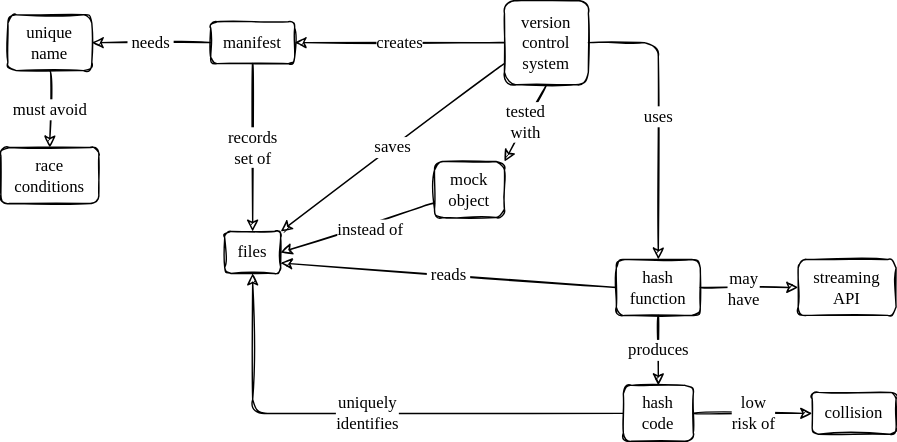
The draw.io diagram sdxpy/backup/backup_concept_map.svg in gvwilson/thirdbit, before a commit. Source tidied: cells renumbered, new cells last; positions are measured from the earlier drawing's top-left corner, leaving out a move shared by most shapes.
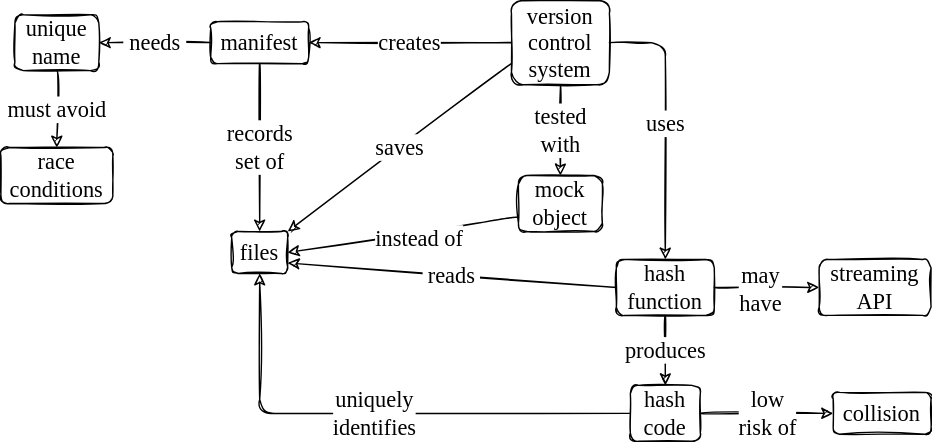
The same diagram one commit later.

Change to the diagram source:
```diff
@@ -2,89 +2,89 @@
   <root>
     <mxCell id="0" />
     <mxCell id="1" parent="0" />
-    <mxCell id="2" value="version&lt;br&gt;control&lt;br&gt;system" style="text;html=1;strokeColor=default;fillColor=none;align=center;verticalAlign=middle;whiteSpace=wrap;rounded=1;sketch=1;hachureGap=4;fontFamily=Comic Sans MS;fontSize=12;" parent="1" vertex="1">
-      <mxGeometry x="360" width="60" height="60" as="geometry" />
+    <mxCell id="2" value="version&lt;br style=&quot;font-size: 16px;&quot;&gt;control&lt;br style=&quot;font-size: 16px;&quot;&gt;system" style="text;html=1;strokeColor=default;fillColor=none;align=center;verticalAlign=middle;whiteSpace=wrap;rounded=1;sketch=1;hachureGap=4;fontFamily=Comic Sans MS;fontSize=16;" parent="1" vertex="1">
+      <mxGeometry x="360" width="70" height="60" as="geometry" />
     </mxCell>
-    <mxCell id="3" value="hash&lt;br&gt;function" style="text;html=1;strokeColor=default;fillColor=none;align=center;verticalAlign=middle;whiteSpace=wrap;rounded=1;sketch=1;hachureGap=4;fontFamily=Comic Sans MS;fontSize=12;" parent="1" vertex="1">
-      <mxGeometry x="440" y="185" width="60" height="40" as="geometry" />
+    <mxCell id="3" value="hash&lt;br style=&quot;font-size: 16px;&quot;&gt;function" style="text;html=1;strokeColor=default;fillColor=none;align=center;verticalAlign=middle;whiteSpace=wrap;rounded=1;sketch=1;hachureGap=4;fontFamily=Comic Sans MS;fontSize=16;" parent="1" vertex="1">
+      <mxGeometry x="435" y="185" width="70" height="40" as="geometry" />
     </mxCell>
-    <mxCell id="4" value="files" style="text;html=1;strokeColor=default;fillColor=none;align=center;verticalAlign=middle;whiteSpace=wrap;rounded=1;sketch=1;hachureGap=4;fontFamily=Comic Sans MS;fontSize=12;" parent="1" vertex="1">
+    <mxCell id="4" value="files" style="text;html=1;strokeColor=default;fillColor=none;align=center;verticalAlign=middle;whiteSpace=wrap;rounded=1;sketch=1;hachureGap=4;fontFamily=Comic Sans MS;fontSize=16;" parent="1" vertex="1">
       <mxGeometry x="160" y="165" width="40" height="30" as="geometry" />
     </mxCell>
-    <mxCell id="5" value="hash&lt;br&gt;code" style="text;html=1;strokeColor=default;fillColor=none;align=center;verticalAlign=middle;whiteSpace=wrap;rounded=1;sketch=1;hachureGap=4;fontFamily=Comic Sans MS;fontSize=12;" parent="1" vertex="1">
+    <mxCell id="5" value="hash&lt;br style=&quot;font-size: 16px;&quot;&gt;code" style="text;html=1;strokeColor=default;fillColor=none;align=center;verticalAlign=middle;whiteSpace=wrap;rounded=1;sketch=1;hachureGap=4;fontFamily=Comic Sans MS;fontSize=16;" parent="1" vertex="1">
       <mxGeometry x="445" y="275" width="50" height="40" as="geometry" />
     </mxCell>
-    <mxCell id="6" value="collision" style="text;html=1;strokeColor=default;fillColor=none;align=center;verticalAlign=middle;whiteSpace=wrap;rounded=1;sketch=1;hachureGap=4;fontFamily=Comic Sans MS;fontSize=12;" parent="1" vertex="1">
-      <mxGeometry x="580" y="280" width="60" height="30" as="geometry" />
+    <mxCell id="6" value="collision" style="text;html=1;strokeColor=default;fillColor=none;align=center;verticalAlign=middle;whiteSpace=wrap;rounded=1;sketch=1;hachureGap=4;fontFamily=Comic Sans MS;fontSize=16;" parent="1" vertex="1">
+      <mxGeometry x="590" y="280" width="70" height="30" as="geometry" />
     </mxCell>
-    <mxCell id="7" value="streaming&lt;br&gt;API" style="text;html=1;strokeColor=default;fillColor=none;align=center;verticalAlign=middle;whiteSpace=wrap;rounded=1;sketch=1;hachureGap=4;fontFamily=Comic Sans MS;fontSize=12;" parent="1" vertex="1">
-      <mxGeometry x="570" y="185" width="70" height="40" as="geometry" />
+    <mxCell id="7" value="streaming&lt;br style=&quot;font-size: 16px;&quot;&gt;API" style="text;html=1;strokeColor=default;fillColor=none;align=center;verticalAlign=middle;whiteSpace=wrap;rounded=1;sketch=1;hachureGap=4;fontFamily=Comic Sans MS;fontSize=16;" parent="1" vertex="1">
+      <mxGeometry x="580" y="185" width="80" height="40" as="geometry" />
     </mxCell>
-    <mxCell id="8" value="mock&lt;br&gt;object" style="text;html=1;strokeColor=default;fillColor=none;align=center;verticalAlign=middle;whiteSpace=wrap;rounded=1;sketch=1;hachureGap=4;fontFamily=Comic Sans MS;fontSize=12;" parent="1" vertex="1">
-      <mxGeometry x="310" y="115" width="50" height="40" as="geometry" />
+    <mxCell id="8" value="mock&lt;br style=&quot;font-size: 16px;&quot;&gt;object" style="text;html=1;strokeColor=default;fillColor=none;align=center;verticalAlign=middle;whiteSpace=wrap;rounded=1;sketch=1;hachureGap=4;fontFamily=Comic Sans MS;fontSize=16;" parent="1" vertex="1">
+      <mxGeometry x="365" y="125" width="60" height="40" as="geometry" />
     </mxCell>
-    <mxCell id="9" value="manifest" style="text;html=1;strokeColor=default;fillColor=none;align=center;verticalAlign=middle;whiteSpace=wrap;rounded=1;sketch=1;hachureGap=4;fontFamily=Comic Sans MS;fontSize=12;" parent="1" vertex="1">
-      <mxGeometry x="150" y="15" width="60" height="30" as="geometry" />
+    <mxCell id="9" value="manifest" style="text;html=1;strokeColor=default;fillColor=none;align=center;verticalAlign=middle;whiteSpace=wrap;rounded=1;sketch=1;hachureGap=4;fontFamily=Comic Sans MS;fontSize=16;" parent="1" vertex="1">
+      <mxGeometry x="145" y="15" width="70" height="30" as="geometry" />
     </mxCell>
-    <mxCell id="10" value="unique&lt;br&gt;name" style="text;html=1;strokeColor=default;fillColor=none;align=center;verticalAlign=middle;whiteSpace=wrap;rounded=1;sketch=1;hachureGap=4;fontFamily=Comic Sans MS;fontSize=12;" parent="1" vertex="1">
+    <mxCell id="10" value="unique&lt;br style=&quot;font-size: 16px;&quot;&gt;name" style="text;html=1;strokeColor=default;fillColor=none;align=center;verticalAlign=middle;whiteSpace=wrap;rounded=1;sketch=1;hachureGap=4;fontFamily=Comic Sans MS;fontSize=16;" parent="1" vertex="1">
       <mxGeometry x="5" y="10" width="60" height="40" as="geometry" />
     </mxCell>
-    <mxCell id="11" value="race&lt;br&gt;conditions" style="text;html=1;strokeColor=default;fillColor=none;align=center;verticalAlign=middle;whiteSpace=wrap;rounded=1;sketch=1;hachureGap=4;fontFamily=Comic Sans MS;fontSize=12;" parent="1" vertex="1">
-      <mxGeometry y="105" width="70" height="40" as="geometry" />
+    <mxCell id="11" value="race&lt;br style=&quot;font-size: 16px;&quot;&gt;conditions" style="text;html=1;strokeColor=default;fillColor=none;align=center;verticalAlign=middle;whiteSpace=wrap;rounded=1;sketch=1;hachureGap=4;fontFamily=Comic Sans MS;fontSize=16;" parent="1" vertex="1">
+      <mxGeometry x="-5" y="105" width="80" height="40" as="geometry" />
     </mxCell>
-    <mxCell id="12" value="uses" style="endArrow=classic;html=1;rounded=1;sketch=1;hachureGap=4;fontFamily=Comic Sans MS;fontSize=12;sourcePerimeterSpacing=8;targetPerimeterSpacing=8;entryX=0.5;entryY=0;entryDx=0;entryDy=0;exitX=1;exitY=0.5;exitDx=0;exitDy=0;" parent="1" edge="1" source="2" target="3">
+    <mxCell id="12" value="uses" style="endArrow=classic;html=1;rounded=1;sketch=1;hachureGap=4;fontFamily=Comic Sans MS;fontSize=16;sourcePerimeterSpacing=8;targetPerimeterSpacing=8;entryX=0.5;entryY=0;entryDx=0;entryDy=0;exitX=1;exitY=0.5;exitDx=0;exitDy=0;" parent="1" edge="1" source="2" target="3">
       <mxGeometry relative="1" as="geometry">
         <Array as="points">
           <mxPoint x="470" y="30" />
         </Array>
       </mxGeometry>
     </mxCell>
-    <mxCell id="13" value="saves" style="endArrow=classic;html=1;rounded=0;sketch=1;hachureGap=4;fontFamily=Comic Sans MS;fontSize=12;sourcePerimeterSpacing=8;targetPerimeterSpacing=8;curved=1;entryX=1;entryY=0;entryDx=0;entryDy=0;exitX=0;exitY=0.75;exitDx=0;exitDy=0;" parent="1" edge="1" source="2" target="4">
+    <mxCell id="13" value="saves" style="endArrow=classic;html=1;rounded=0;sketch=1;hachureGap=4;fontFamily=Comic Sans MS;fontSize=16;sourcePerimeterSpacing=8;targetPerimeterSpacing=8;curved=1;entryX=1;entryY=0;entryDx=0;entryDy=0;exitX=0;exitY=0.75;exitDx=0;exitDy=0;" parent="1" edge="1" source="2" target="4">
       <mxGeometry relative="1" as="geometry" />
     </mxCell>
-    <mxCell id="14" value="creates" style="endArrow=classic;html=1;rounded=0;sketch=1;hachureGap=4;fontFamily=Comic Sans MS;fontSize=12;sourcePerimeterSpacing=8;targetPerimeterSpacing=8;curved=1;entryX=1;entryY=0.5;entryDx=0;entryDy=0;exitX=0;exitY=0.5;exitDx=0;exitDy=0;" parent="1" edge="1" source="2" target="9">
+    <mxCell id="14" value="creates" style="endArrow=classic;html=1;rounded=0;sketch=1;hachureGap=4;fontFamily=Comic Sans MS;fontSize=16;sourcePerimeterSpacing=8;targetPerimeterSpacing=8;curved=1;entryX=1;entryY=0.5;entryDx=0;entryDy=0;exitX=0;exitY=0.5;exitDx=0;exitDy=0;" parent="1" edge="1" source="2" target="9">
       <mxGeometry relative="1" as="geometry" />
     </mxCell>
-    <mxCell id="15" value="records&lt;br&gt;set of" style="endArrow=classic;html=1;rounded=0;sketch=1;hachureGap=4;fontFamily=Comic Sans MS;fontSize=12;sourcePerimeterSpacing=8;targetPerimeterSpacing=8;curved=1;exitX=0.5;exitY=1;exitDx=0;exitDy=0;entryX=0.5;entryY=0;entryDx=0;entryDy=0;" parent="1" edge="1" source="9" target="4">
+    <mxCell id="15" value="records&lt;br style=&quot;font-size: 16px;&quot;&gt;set of" style="endArrow=classic;html=1;rounded=0;sketch=1;hachureGap=4;fontFamily=Comic Sans MS;fontSize=16;sourcePerimeterSpacing=8;targetPerimeterSpacing=8;curved=1;exitX=0.5;exitY=1;exitDx=0;exitDy=0;entryX=0.5;entryY=0;entryDx=0;entryDy=0;" parent="1" edge="1" source="9" target="4">
       <mxGeometry relative="1" as="geometry" />
     </mxCell>
-    <mxCell id="16" value="&amp;nbsp;needs&amp;nbsp;" style="endArrow=classic;html=1;rounded=0;sketch=1;hachureGap=4;fontFamily=Comic Sans MS;fontSize=12;sourcePerimeterSpacing=8;targetPerimeterSpacing=8;curved=1;entryX=1;entryY=0.5;entryDx=0;entryDy=0;exitX=0;exitY=0.5;exitDx=0;exitDy=0;" parent="1" edge="1" source="9" target="10">
+    <mxCell id="16" value="&amp;nbsp;needs&amp;nbsp;" style="endArrow=classic;html=1;rounded=0;sketch=1;hachureGap=4;fontFamily=Comic Sans MS;fontSize=16;sourcePerimeterSpacing=8;targetPerimeterSpacing=8;curved=1;entryX=1;entryY=0.5;entryDx=0;entryDy=0;exitX=0;exitY=0.5;exitDx=0;exitDy=0;" parent="1" edge="1" source="9" target="10">
       <mxGeometry relative="1" as="geometry" />
     </mxCell>
-    <mxCell id="17" value="must avoid" style="endArrow=classic;html=1;rounded=0;sketch=1;hachureGap=4;fontFamily=Comic Sans MS;fontSize=12;sourcePerimeterSpacing=8;targetPerimeterSpacing=8;curved=1;entryX=0.5;entryY=0;entryDx=0;entryDy=0;exitX=0.5;exitY=1;exitDx=0;exitDy=0;" parent="1" edge="1" source="10" target="11">
+    <mxCell id="17" value="must avoid" style="endArrow=classic;html=1;rounded=0;sketch=1;hachureGap=4;fontFamily=Comic Sans MS;fontSize=16;sourcePerimeterSpacing=8;targetPerimeterSpacing=8;curved=1;entryX=0.5;entryY=0;entryDx=0;entryDy=0;exitX=0.5;exitY=1;exitDx=0;exitDy=0;" parent="1" edge="1" source="10" target="11">
       <mxGeometry relative="1" as="geometry" />
     </mxCell>
-    <mxCell id="18" value="uniquely&lt;br&gt;identifies" style="endArrow=classic;html=1;rounded=1;sketch=1;hachureGap=4;fontFamily=Comic Sans MS;fontSize=12;sourcePerimeterSpacing=8;targetPerimeterSpacing=8;entryX=0.5;entryY=1;entryDx=0;entryDy=0;exitX=0;exitY=0.5;exitDx=0;exitDy=0;" parent="1" edge="1" source="5" target="4">
+    <mxCell id="18" value="uniquely&lt;br style=&quot;font-size: 16px;&quot;&gt;identifies" style="endArrow=classic;html=1;rounded=1;sketch=1;hachureGap=4;fontFamily=Comic Sans MS;fontSize=16;sourcePerimeterSpacing=8;targetPerimeterSpacing=8;entryX=0.5;entryY=1;entryDx=0;entryDy=0;exitX=0;exitY=0.5;exitDx=0;exitDy=0;" parent="1" edge="1" source="5" target="4">
       <mxGeometry relative="1" as="geometry">
         <Array as="points">
           <mxPoint x="180" y="295" />
         </Array>
       </mxGeometry>
     </mxCell>
-    <mxCell id="19" value="&amp;nbsp;reads&amp;nbsp;" style="endArrow=classic;html=1;rounded=0;sketch=1;hachureGap=4;fontFamily=Comic Sans MS;fontSize=12;sourcePerimeterSpacing=8;targetPerimeterSpacing=8;curved=1;exitX=0;exitY=0.5;exitDx=0;exitDy=0;entryX=1;entryY=0.75;entryDx=0;entryDy=0;" parent="1" edge="1" source="3" target="4">
+    <mxCell id="19" value="&amp;nbsp;reads&amp;nbsp;" style="endArrow=classic;html=1;rounded=0;sketch=1;hachureGap=4;fontFamily=Comic Sans MS;fontSize=16;sourcePerimeterSpacing=8;targetPerimeterSpacing=8;curved=1;exitX=0;exitY=0.5;exitDx=0;exitDy=0;entryX=1;entryY=0.75;entryDx=0;entryDy=0;" parent="1" edge="1" source="3" target="4">
       <mxGeometry relative="1" as="geometry" />
     </mxCell>
-    <mxCell id="20" style="endArrow=classic;html=1;rounded=0;sketch=1;hachureGap=4;fontFamily=Comic Sans MS;fontSize=12;sourcePerimeterSpacing=8;targetPerimeterSpacing=8;curved=1;entryX=0;entryY=0.5;entryDx=0;entryDy=0;exitX=1;exitY=0.5;exitDx=0;exitDy=0;" parent="1" edge="1" source="3" target="7">
+    <mxCell id="20" style="endArrow=classic;html=1;rounded=0;sketch=1;hachureGap=4;fontFamily=Comic Sans MS;fontSize=16;sourcePerimeterSpacing=8;targetPerimeterSpacing=8;curved=1;entryX=0;entryY=0.5;entryDx=0;entryDy=0;exitX=1;exitY=0.5;exitDx=0;exitDy=0;" parent="1" edge="1" source="3" target="7">
       <mxGeometry relative="1" as="geometry" />
     </mxCell>
-    <mxCell id="21" value="may&lt;br&gt;have" style="edgeLabel;html=1;align=center;verticalAlign=middle;fontSize=12;fontFamily=Comic Sans MS;" parent="20" vertex="1">
+    <mxCell id="21" value="may&lt;br style=&quot;font-size: 16px;&quot;&gt;have" style="edgeLabel;html=1;align=center;verticalAlign=middle;fontSize=16;fontFamily=Comic Sans MS;" parent="20" vertex="1">
       <mxGeometry x="-0.37" relative="1" as="geometry">
         <mxPoint x="8" as="offset" />
       </mxGeometry>
     </mxCell>
-    <mxCell id="22" value="produces" style="endArrow=classic;html=1;rounded=0;sketch=1;hachureGap=4;fontFamily=Comic Sans MS;fontSize=12;sourcePerimeterSpacing=8;targetPerimeterSpacing=8;curved=1;exitX=0.5;exitY=1;exitDx=0;exitDy=0;entryX=0.5;entryY=0;entryDx=0;entryDy=0;" parent="1" edge="1" source="3" target="5">
+    <mxCell id="22" value="produces" style="endArrow=classic;html=1;rounded=0;sketch=1;hachureGap=4;fontFamily=Comic Sans MS;fontSize=16;sourcePerimeterSpacing=8;targetPerimeterSpacing=8;curved=1;exitX=0.5;exitY=1;exitDx=0;exitDy=0;entryX=0.5;entryY=0;entryDx=0;entryDy=0;" parent="1" edge="1" source="3" target="5">
       <mxGeometry relative="1" as="geometry" />
     </mxCell>
-    <mxCell id="23" value="low&lt;br&gt;risk of" style="endArrow=classic;html=1;rounded=0;sketch=1;hachureGap=4;fontFamily=Comic Sans MS;fontSize=12;sourcePerimeterSpacing=8;targetPerimeterSpacing=8;curved=1;entryX=0;entryY=0.5;entryDx=0;entryDy=0;exitX=1;exitY=0.5;exitDx=0;exitDy=0;" parent="1" edge="1" source="5" target="6">
+    <mxCell id="23" value="low&lt;br style=&quot;font-size: 16px;&quot;&gt;risk of" style="endArrow=classic;html=1;rounded=0;sketch=1;hachureGap=4;fontFamily=Comic Sans MS;fontSize=16;sourcePerimeterSpacing=8;targetPerimeterSpacing=8;curved=1;entryX=0;entryY=0.5;entryDx=0;entryDy=0;exitX=1;exitY=0.5;exitDx=0;exitDy=0;" parent="1" edge="1" source="5" target="6">
       <mxGeometry relative="1" as="geometry" />
     </mxCell>
-    <mxCell id="24" value="tested&lt;br&gt;with" style="endArrow=classic;html=1;rounded=0;sketch=1;hachureGap=4;fontFamily=Comic Sans MS;fontSize=12;sourcePerimeterSpacing=8;targetPerimeterSpacing=8;curved=1;exitX=0.5;exitY=1;exitDx=0;exitDy=0;entryX=1;entryY=0;entryDx=0;entryDy=0;" parent="1" edge="1" source="2" target="8">
+    <mxCell id="24" value="tested&lt;br style=&quot;font-size: 16px;&quot;&gt;with" style="endArrow=classic;html=1;rounded=0;sketch=1;hachureGap=4;fontFamily=Comic Sans MS;fontSize=16;sourcePerimeterSpacing=8;targetPerimeterSpacing=8;curved=1;exitX=0.5;exitY=1;exitDx=0;exitDy=0;entryX=0.5;entryY=0;entryDx=0;entryDy=0;" parent="1" edge="1" source="2" target="8">
       <mxGeometry relative="1" as="geometry" />
     </mxCell>
-    <mxCell id="25" style="endArrow=classic;html=1;rounded=0;sketch=1;hachureGap=4;fontFamily=Comic Sans MS;fontSize=12;sourcePerimeterSpacing=8;targetPerimeterSpacing=8;curved=1;entryX=1;entryY=0.5;entryDx=0;entryDy=0;exitX=0;exitY=0.75;exitDx=0;exitDy=0;" parent="1" edge="1" source="8" target="4">
+    <mxCell id="25" style="endArrow=classic;html=1;rounded=0;sketch=1;hachureGap=4;fontFamily=Comic Sans MS;fontSize=16;sourcePerimeterSpacing=8;targetPerimeterSpacing=8;curved=1;entryX=1;entryY=0.5;entryDx=0;entryDy=0;exitX=0;exitY=0.75;exitDx=0;exitDy=0;" parent="1" edge="1" source="8" target="4">
       <mxGeometry relative="1" as="geometry" />
     </mxCell>
-    <mxCell id="26" value="instead of" style="edgeLabel;html=1;align=center;verticalAlign=middle;fontSize=12;fontFamily=Comic Sans MS;" parent="25" vertex="1">
+    <mxCell id="26" value="instead of" style="edgeLabel;html=1;align=center;verticalAlign=middle;fontSize=16;fontFamily=Comic Sans MS;" parent="25" vertex="1">
       <mxGeometry x="-0.13" y="4" relative="1" as="geometry" />
     </mxCell>
   </root>
```
